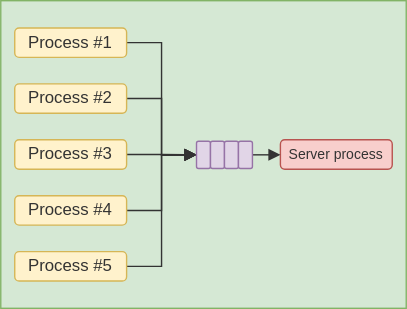
Earlier version of the draw.io export slides/images/server-process-rw.svg (Eoic/ElixirPresentation). Source tidied: cells renumbered, new cells last; positions are measured from the earlier drawing's top-left corner, leaving out a move shared by most shapes.
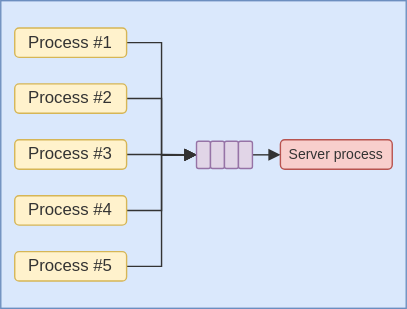
The same diagram one commit later.

The edit, as a diff of the source:
```diff
@@ -5,7 +5,7 @@
     <mxCell id="2" style="group;" parent="1" vertex="1">
       <mxGeometry width="290" height="220" as="geometry" />
     </mxCell>
-    <mxCell id="3" style="rounded=0;whiteSpace=wrap;html=1;fillColor=#d5e8d4;strokeColor=#82b366;" parent="2" vertex="1">
+    <mxCell id="3" style="rounded=0;whiteSpace=wrap;html=1;fillColor=#dae8fc;strokeColor=#6c8ebf;" parent="2" vertex="1">
       <mxGeometry width="290" height="220" as="geometry" />
     </mxCell>
     <mxCell id="4" style="edgeStyle=orthogonalEdgeStyle;rounded=0;jettySize=auto;html=1;entryX=0;entryY=0.5;entryDx=0;entryDy=0;endArrow=block;endFill=1;strokeColor=#333333;" parent="2" edge="1" source="5" target="15">
```
